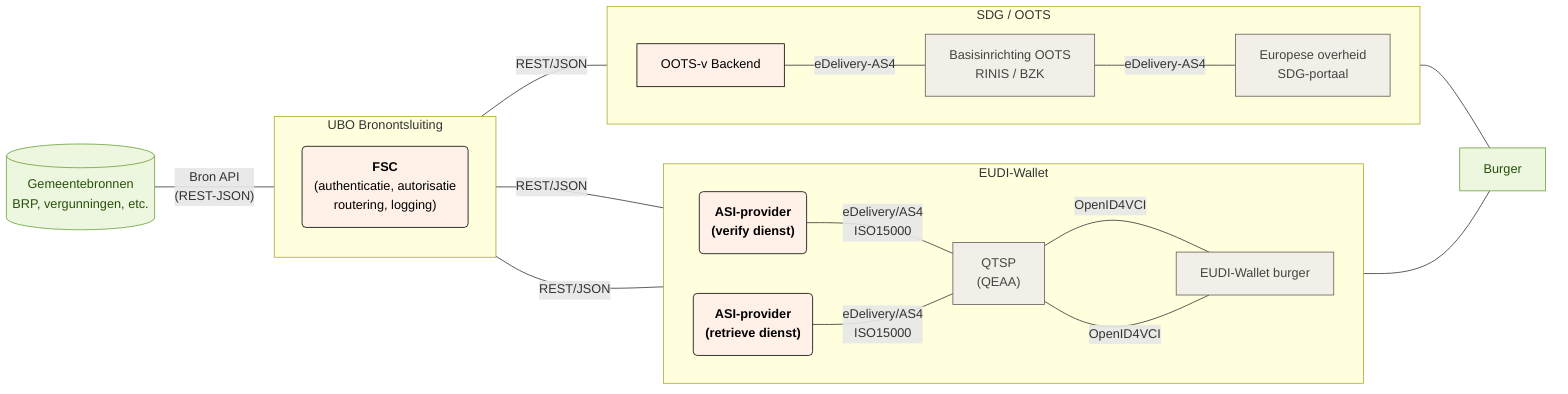
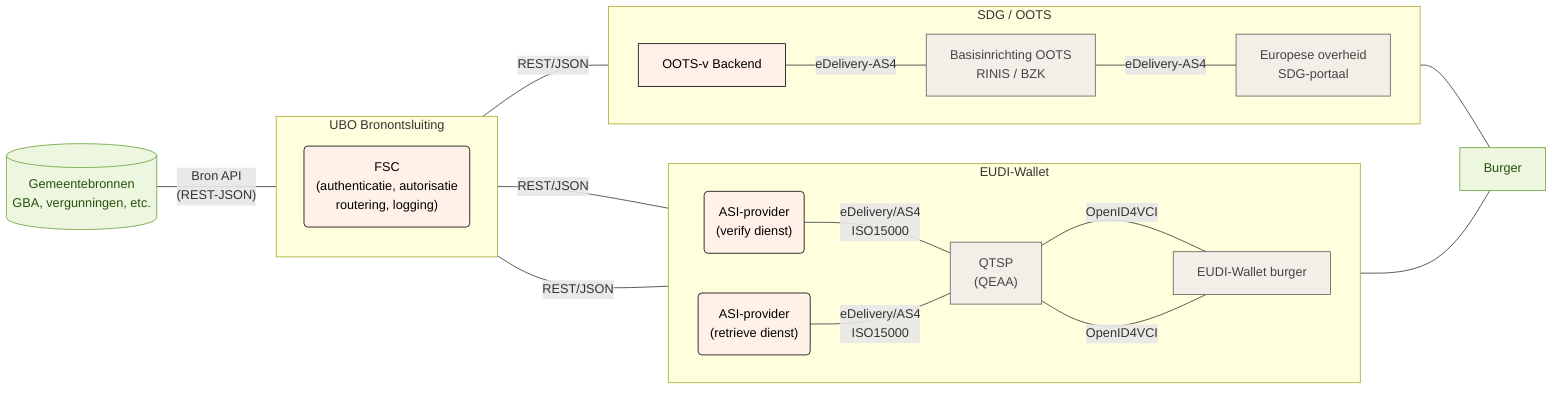
flowchart LR
  subgraph ubo["UBO Bronontsluiting"]
    direction TB
-         fsc("`**FSC**<br/>(authenticatie, autorisatie<br/>routering, logging)`")
+         fsc("FSC<br/>(authenticatie, autorisatie<br/>routering, logging)")
  end
  subgraph eudi["EUDI-Wallet"]
    direction LR
-       eudi_verify("`**ASI-provider<br/>(verify dienst)**`")
-       eudi_retrieve("`**ASI-provider<br/>(retrieve dienst)**`")
+       eudi_verify("ASI-provider<br/>(verify dienst)")
+       eudi_retrieve("ASI-provider<br/>(retrieve dienst)")
      eudi_qeaa["QTSP<br/>(QEAA)"]
      eudi_wallet["EUDI-Wallet burger"]
  end
  subgraph oots["SDG / OOTS"]
    direction LR
      oots_v["OOTS-v Backend"]
      oots_basis["Basisinrichting OOTS<br/>RINIS / BZK"]
      oots_afnemer["Europese overheid<br/>SDG-portaal"]
  end

-   bron[("Gemeentebronnen<br/>BRP, vergunningen, etc.")] -- Bron API<br/>(REST-JSON) --- ubo
+   bron[("Gemeentebronnen<br/>GBA, vergunningen, etc.")] -- Bron API<br/>(REST-JSON) --- ubo
  ubo -- REST/JSON --- eudi_verify & eudi_retrieve & oots_v
  eudi_verify -- eDelivery/AS4<br/>ISO15000 --- eudi_qeaa -- OpenID4VCI --- eudi_wallet
  eudi_retrieve -- eDelivery/AS4<br/>ISO15000 --- eudi_qeaa -- OpenID4VCI --- eudi_wallet
  oots_v -- eDelivery-AS4 --- oots_basis -- eDelivery-AS4 --- oots_afnemer
  eudi_wallet --- burger["Burger"]
  oots_afnemer --- burger

  fsc:::ubo
  eudi_verify:::ubo
  eudi_retrieve:::ubo
  eudi_qeaa:::eudi
  eudi_wallet:::eudi
  oots_v:::ubo
  oots_basis:::oots
  oots_afnemer:::oots
  bron:::bron
  burger:::burger

  classDef bron fill:#edf7df,stroke:#6aa13a,color:#27500a
  classDef generiek fill:#f1efe8,stroke:#5f5e5a,color:#444441
  classDef eudi fill:#f1efe8,stroke:#5f5e5a,color:#444441
  classDef oots fill:#f1efe8,stroke:#5f5e5a,color:#444441
  classDef dvtp fill:#f1efe8,stroke:#5f5e5a,color:#444441
  classDef ubo fill:#fff0e8,stroke:#000000,color:#000000
  classDef burger fill:#edf7df,stroke:#6aa13a,color:#27500a
